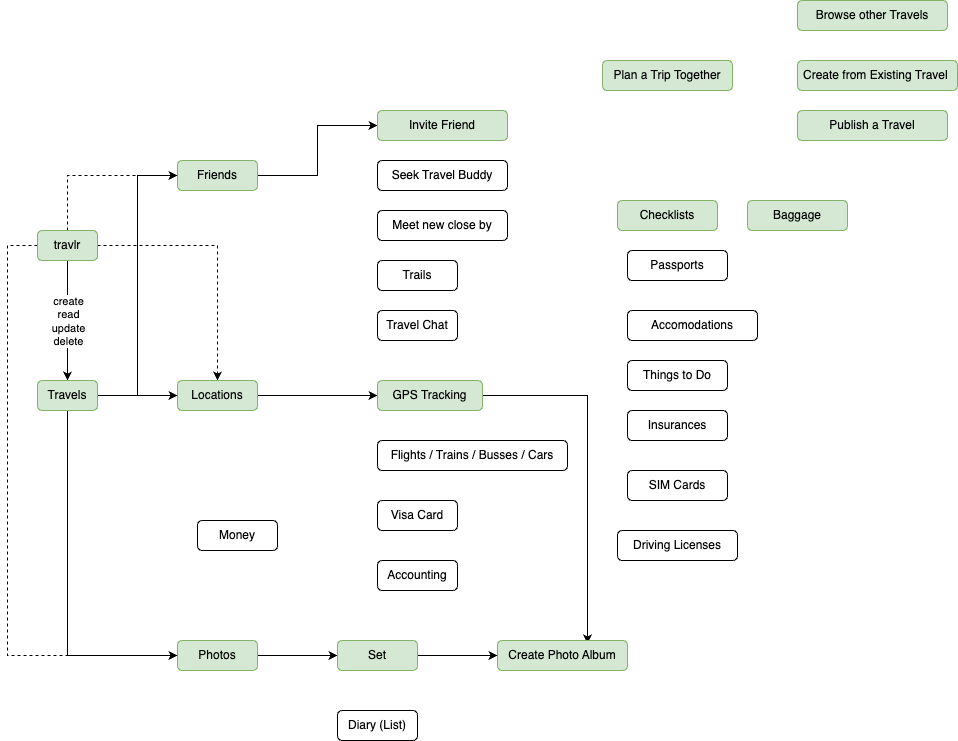
The draw.io diagram doc/use_cases.drawio.png in caiopeia/travlr, before a commit. Source tidied: cells renumbered, new cells last; positions are measured from the earlier drawing's top-left corner, leaving out a move shared by most shapes.
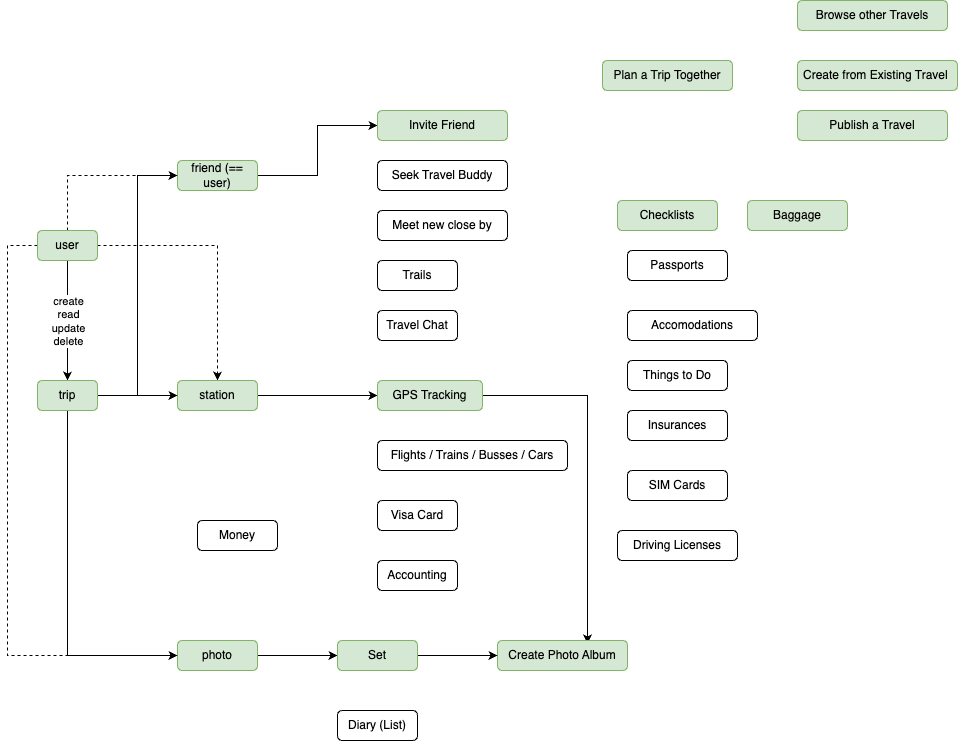
The same diagram one commit later.

Commit message:
create use case Solo Traveller (MVP) and put it into a text file

What changed in the source:
```diff
@@ -28,19 +28,19 @@
     <mxCell id="6" style="edgeStyle=orthogonalEdgeStyle;rounded=0;jettySize=auto;html=1;entryX=0.5;entryY=0;entryDx=0;entryDy=0;dashed=1;" parent="1" edge="1" source="7" target="11">
       <mxGeometry relative="1" as="geometry" />
     </mxCell>
-    <mxCell id="7" value="travlr" style="rounded=1;whiteSpace=wrap;html=1;fillColor=#d5e8d4;strokeColor=#82b366;" parent="1" vertex="1">
+    <mxCell id="7" value="user" style="rounded=1;whiteSpace=wrap;html=1;fillColor=#d5e8d4;strokeColor=#82b366;" parent="1" vertex="1">
       <mxGeometry x="30" y="230" width="60" height="30" as="geometry" />
     </mxCell>
     <mxCell id="8" style="edgeStyle=orthogonalEdgeStyle;rounded=0;jettySize=auto;html=1;entryX=0;entryY=0.5;entryDx=0;entryDy=0;" parent="1" edge="1" source="9" target="32">
       <mxGeometry relative="1" as="geometry" />
     </mxCell>
-    <mxCell id="9" value="Friends" style="rounded=1;whiteSpace=wrap;html=1;fillColor=#d5e8d4;strokeColor=#82b366;" parent="1" vertex="1">
+    <mxCell id="9" value="friend (== user)" style="rounded=1;whiteSpace=wrap;html=1;fillColor=#d5e8d4;strokeColor=#82b366;" parent="1" vertex="1">
       <mxGeometry x="170" y="160" width="80" height="30" as="geometry" />
     </mxCell>
     <mxCell id="10" style="edgeStyle=orthogonalEdgeStyle;rounded=0;jettySize=auto;html=1;entryX=0;entryY=0.5;entryDx=0;entryDy=0;" parent="1" edge="1" source="11" target="15">
       <mxGeometry relative="1" as="geometry" />
     </mxCell>
-    <mxCell id="11" value="Locations" style="rounded=1;whiteSpace=wrap;html=1;fillColor=#d5e8d4;strokeColor=#82b366;" parent="1" vertex="1">
+    <mxCell id="11" value="station" style="rounded=1;whiteSpace=wrap;html=1;fillColor=#d5e8d4;strokeColor=#82b366;" parent="1" vertex="1">
       <mxGeometry x="170" y="380" width="80" height="30" as="geometry" />
     </mxCell>
     <mxCell id="12" value="Money" style="rounded=1;whiteSpace=wrap;html=1;" parent="1" vertex="1">
@@ -62,7 +62,7 @@
     <mxCell id="16" style="edgeStyle=orthogonalEdgeStyle;rounded=0;jettySize=auto;html=1;entryX=0;entryY=0.5;entryDx=0;entryDy=0;" parent="1" edge="1" source="17" target="34">
       <mxGeometry relative="1" as="geometry" />
     </mxCell>
-    <mxCell id="17" value="Photos" style="rounded=1;whiteSpace=wrap;html=1;fillColor=#d5e8d4;strokeColor=#82b366;" parent="1" vertex="1">
+    <mxCell id="17" value="photo" style="rounded=1;whiteSpace=wrap;html=1;fillColor=#d5e8d4;strokeColor=#82b366;" parent="1" vertex="1">
       <mxGeometry x="170" y="640" width="80" height="30" as="geometry" />
     </mxCell>
     <mxCell id="18" value="Diary (List)" style="rounded=1;whiteSpace=wrap;html=1;" parent="1" vertex="1">
@@ -134,7 +134,7 @@
         </Array>
       </mxGeometry>
     </mxCell>
-    <mxCell id="38" value="Travels" style="rounded=1;whiteSpace=wrap;html=1;fillColor=#d5e8d4;strokeColor=#82b366;" parent="1" vertex="1">
+    <mxCell id="38" value="trip" style="rounded=1;whiteSpace=wrap;html=1;fillColor=#d5e8d4;strokeColor=#82b366;" parent="1" vertex="1">
       <mxGeometry x="30" y="380" width="60" height="30" as="geometry" />
     </mxCell>
     <mxCell id="39" value="Plan a Trip Together" style="rounded=1;whiteSpace=wrap;html=1;fillColor=#d5e8d4;strokeColor=#82b366;" parent="1" vertex="1">
```
